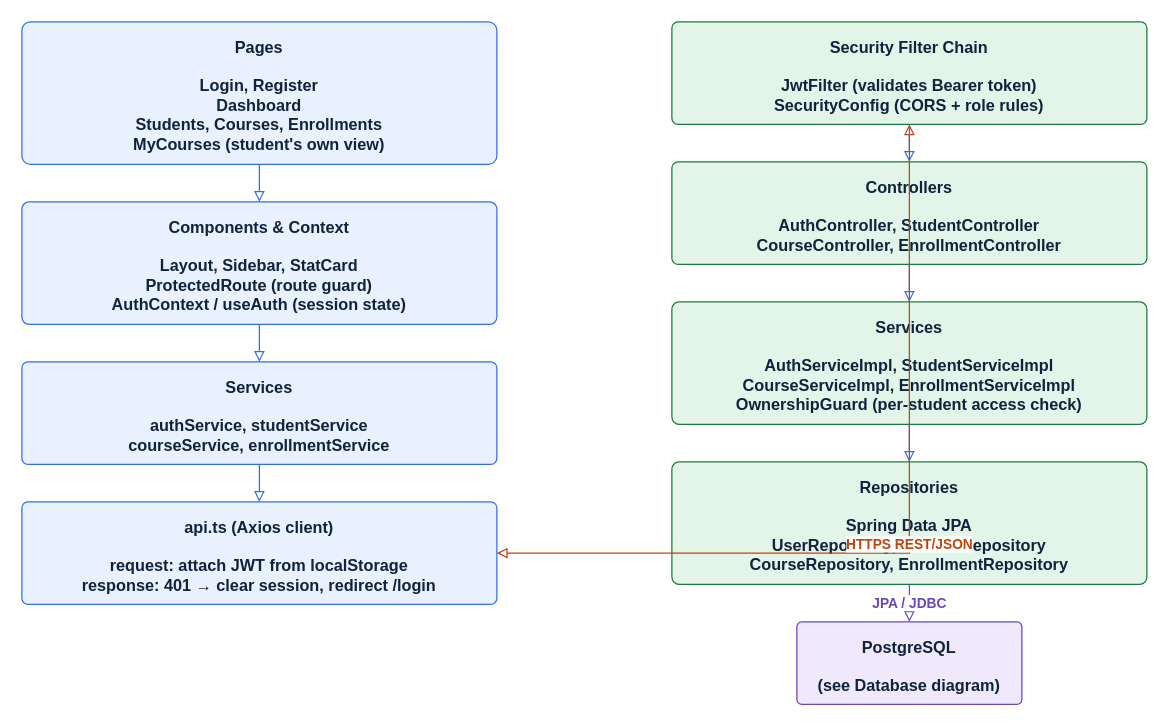
This is page "4. Frontend and Backend" (4 of 5) of backend/student-manager/docs/student-manager-system-overview.drawio from Rodolphe27/student-manager, a draw.io file, before an edit. Source tidied: cells renumbered, new cells numbered last; positions are measured from the earlier drawing's top-left corner, leaving out a move shared by most shapes. Both pictures are drawn from the tidied source at 125%, with x=0, y=0 at pixel (21, 21).
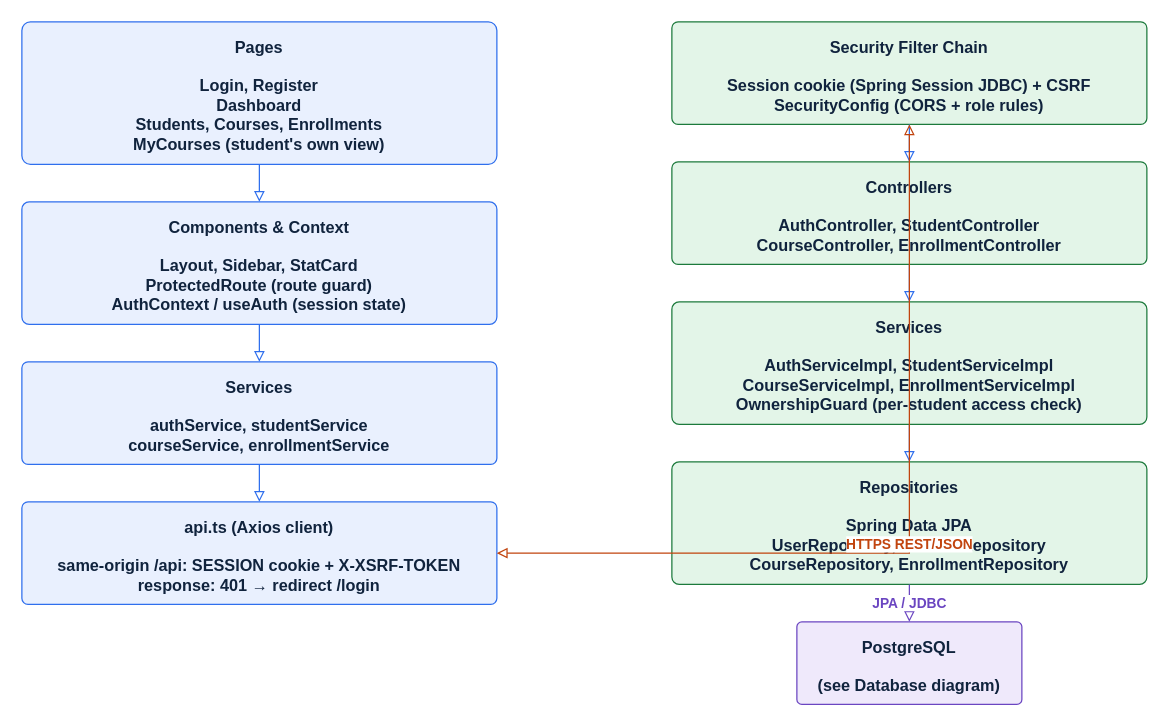
The same diagram, later.

Commit message (it also covers changes not shown here):
Keep the Render backend awake, fix CSRF status, remove Railway references

The edit, as a diff of the source:
```diff
@@
 <mxGraphModel>
   <root>
     <mxCell id="0" />
     <mxCell id="1" parent="0" />
     <mxCell id="2" value="Pages&#10;&#10;Login, Register&#10;Dashboard&#10;Students, Courses, Enrollments&#10;MyCourses (student's own view)" style="rounded=1;arcSize=6;whiteSpace=wrap;html=1;verticalAlign=top;align=center;fontStyle=1;fontSize=13;fillColor=#e9f0fe;strokeColor=#2f6fed;fontColor=#10233d;spacingTop=6;" parent="1" vertex="1">
       <mxGeometry width="380" height="114" as="geometry" />
     </mxCell>
     <mxCell id="3" value="Components &amp; Context&#10;&#10;Layout, Sidebar, StatCard&#10;ProtectedRoute (route guard)&#10;AuthContext / useAuth (session state)" style="rounded=1;arcSize=6;whiteSpace=wrap;html=1;verticalAlign=top;align=center;fontStyle=1;fontSize=13;fillColor=#e9f0fe;strokeColor=#2f6fed;fontColor=#10233d;spacingTop=6;" parent="1" vertex="1">
       <mxGeometry y="144" width="380" height="98" as="geometry" />
     </mxCell>
     <mxCell id="4" value="Services&#10;&#10;authService, studentService&#10;courseService, enrollmentService" style="rounded=1;arcSize=6;whiteSpace=wrap;html=1;verticalAlign=top;align=center;fontStyle=1;fontSize=13;fillColor=#e9f0fe;strokeColor=#2f6fed;fontColor=#10233d;spacingTop=6;" parent="1" vertex="1">
       <mxGeometry y="272" width="380" height="82" as="geometry" />
     </mxCell>
-    <mxCell id="5" value="api.ts (Axios client)&#10;&#10;request: attach JWT from localStorage&#10;response: 401 → clear session, redirect /login" style="rounded=1;arcSize=6;whiteSpace=wrap;html=1;verticalAlign=top;align=center;fontStyle=1;fontSize=13;fillColor=#e9f0fe;strokeColor=#2f6fed;fontColor=#10233d;spacingTop=6;" parent="1" vertex="1">
+    <mxCell id="5" value="api.ts (Axios client)&#10;&#10;same-origin /api: SESSION cookie + X-XSRF-TOKEN&#10;response: 401 → redirect /login" style="rounded=1;arcSize=6;whiteSpace=wrap;html=1;verticalAlign=top;align=center;fontStyle=1;fontSize=13;fillColor=#e9f0fe;strokeColor=#2f6fed;fontColor=#10233d;spacingTop=6;" parent="1" vertex="1">
       <mxGeometry y="384" width="380" height="82" as="geometry" />
     </mxCell>
-    <mxCell id="6" value="Security Filter Chain&#10;&#10;JwtFilter (validates Bearer token)&#10;SecurityConfig (CORS + role rules)" style="rounded=1;arcSize=6;whiteSpace=wrap;html=1;verticalAlign=top;align=center;fontStyle=1;fontSize=13;fillColor=#e3f5e8;strokeColor=#1c7a3c;fontColor=#10233d;spacingTop=6;" parent="1" vertex="1">
+    <mxCell id="6" value="Security Filter Chain&#10;&#10;Session cookie (Spring Session JDBC) + CSRF&#10;SecurityConfig (CORS + role rules)" style="rounded=1;arcSize=6;whiteSpace=wrap;html=1;verticalAlign=top;align=center;fontStyle=1;fontSize=13;fillColor=#e3f5e8;strokeColor=#1c7a3c;fontColor=#10233d;spacingTop=6;" parent="1" vertex="1">
       <mxGeometry x="520" width="380" height="82" as="geometry" />
     </mxCell>
     <mxCell id="7" value="Controllers&#10;&#10;AuthController, StudentController&#10;CourseController, EnrollmentController" style="rounded=1;arcSize=6;whiteSpace=wrap;html=1;verticalAlign=top;align=center;fontStyle=1;fontSize=13;fillColor=#e3f5e8;strokeColor=#1c7a3c;fontColor=#10233d;spacingTop=6;" parent="1" vertex="1">
       <mxGeometry x="520" y="112" width="380" height="82" as="geometry" />
     </mxCell>
     <mxCell id="8" value="Services&#10;&#10;AuthServiceImpl, StudentServiceImpl&#10;CourseServiceImpl, EnrollmentServiceImpl&#10;OwnershipGuard (per-student access check)" style="rounded=1;arcSize=6;whiteSpace=wrap;html=1;verticalAlign=top;align=center;fontStyle=1;fontSize=13;fillColor=#e3f5e8;strokeColor=#1c7a3c;fontColor=#10233d;spacingTop=6;" parent="1" vertex="1">
       <mxGeometry x="520" y="224" width="380" height="98" as="geometry" />
     </mxCell>
     <mxCell id="9" value="Repositories&#10;&#10;Spring Data JPA&#10;UserRepository, StudentRepository&#10;CourseRepository, EnrollmentRepository" style="rounded=1;arcSize=6;whiteSpace=wrap;html=1;verticalAlign=top;align=center;fontStyle=1;fontSize=13;fillColor=#e3f5e8;strokeColor=#1c7a3c;fontColor=#10233d;spacingTop=6;" parent="1" vertex="1">
       <mxGeometry x="520" y="352" width="380" height="98" as="geometry" />
     </mxCell>
     <mxCell id="10" value="PostgreSQL&#10;&#10;(see Database diagram)" style="rounded=1;arcSize=6;whiteSpace=wrap;html=1;verticalAlign=top;align=center;fontStyle=1;fontSize=13;fillColor=#efe9fb;strokeColor=#6b46c1;fontColor=#10233d;spacingTop=6;" parent="1" vertex="1">
       <mxGeometry x="620" y="480" width="180" height="66" as="geometry" />
     </mxCell>
     <mxCell id="11" style="edgeStyle=orthogonalEdgeStyle;rounded=0;html=1;endArrow=block;endFill=0;strokeColor=#2f6fed;fontColor=#2f6fed;fontStyle=1;" parent="1" edge="1" source="2" target="3">
       <mxGeometry relative="1" as="geometry" />
     </mxCell>
     <mxCell id="12" style="edgeStyle=orthogonalEdgeStyle;rounded=0;html=1;endArrow=block;endFill=0;strokeColor=#2f6fed;fontColor=#2f6fed;fontStyle=1;" parent="1" edge="1" source="3" target="4">
       <mxGeometry relative="1" as="geometry" />
     </mxCell>
     <mxCell id="13" style="edgeStyle=orthogonalEdgeStyle;rounded=0;html=1;endArrow=block;endFill=0;strokeColor=#2f6fed;fontColor=#2f6fed;fontStyle=1;" parent="1" edge="1" source="4" target="5">
       <mxGeometry relative="1" as="geometry" />
     </mxCell>
     <mxCell id="14" style="edgeStyle=orthogonalEdgeStyle;rounded=0;html=1;endArrow=block;endFill=0;strokeColor=#2f6fed;fontColor=#2f6fed;fontStyle=1;" parent="1" edge="1" source="6" target="7">
       <mxGeometry relative="1" as="geometry" />
     </mxCell>
     <mxCell id="15" style="edgeStyle=orthogonalEdgeStyle;rounded=0;html=1;endArrow=block;endFill=0;strokeColor=#2f6fed;fontColor=#2f6fed;fontStyle=1;" parent="1" edge="1" source="7" target="8">
       <mxGeometry relative="1" as="geometry" />
     </mxCell>
     <mxCell id="16" style="edgeStyle=orthogonalEdgeStyle;rounded=0;html=1;endArrow=block;endFill=0;strokeColor=#2f6fed;fontColor=#2f6fed;fontStyle=1;" parent="1" edge="1" source="8" target="9">
       <mxGeometry relative="1" as="geometry" />
     </mxCell>
     <mxCell id="17" value="HTTPS REST/JSON" style="edgeStyle=orthogonalEdgeStyle;rounded=0;html=1;endArrow=block;endFill=0;startArrow=block;startFill=0;strokeColor=#c1440e;fontColor=#c1440e;fontStyle=1;" parent="1" edge="1" source="5" target="6">
       <mxGeometry relative="1" as="geometry" />
     </mxCell>
     <mxCell id="18" value="JPA / JDBC" style="edgeStyle=orthogonalEdgeStyle;rounded=0;html=1;endArrow=block;endFill=0;strokeColor=#6b46c1;fontColor=#6b46c1;fontStyle=1;" parent="1" edge="1" source="9" target="10">
       <mxGeometry relative="1" as="geometry" />
     </mxCell>
   </root>
 </mxGraphModel>
```
